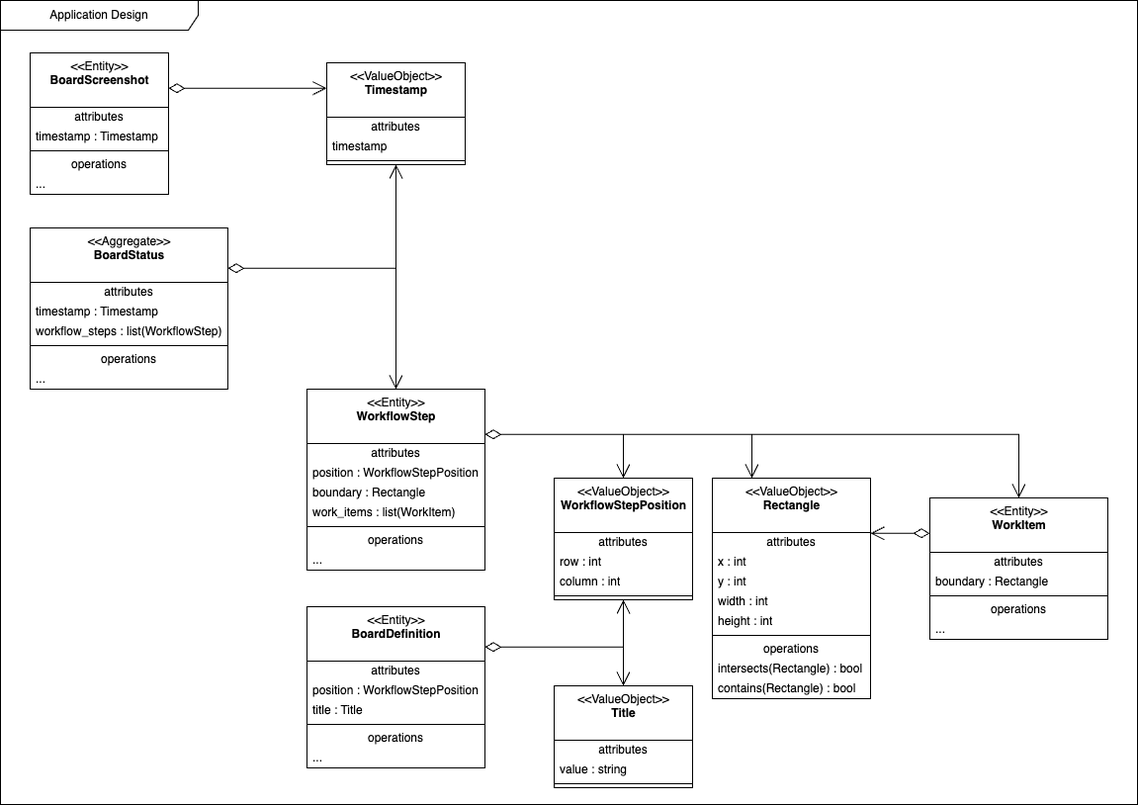
This is docs/05_application_design.drawio.png from wonderbird/kanban_metrics, a draw.io export, as it was before one commit. Source tidied: cells renumbered, new cells last; positions are measured from the earlier drawing's top-left corner, leaving out a move shared by most shapes.
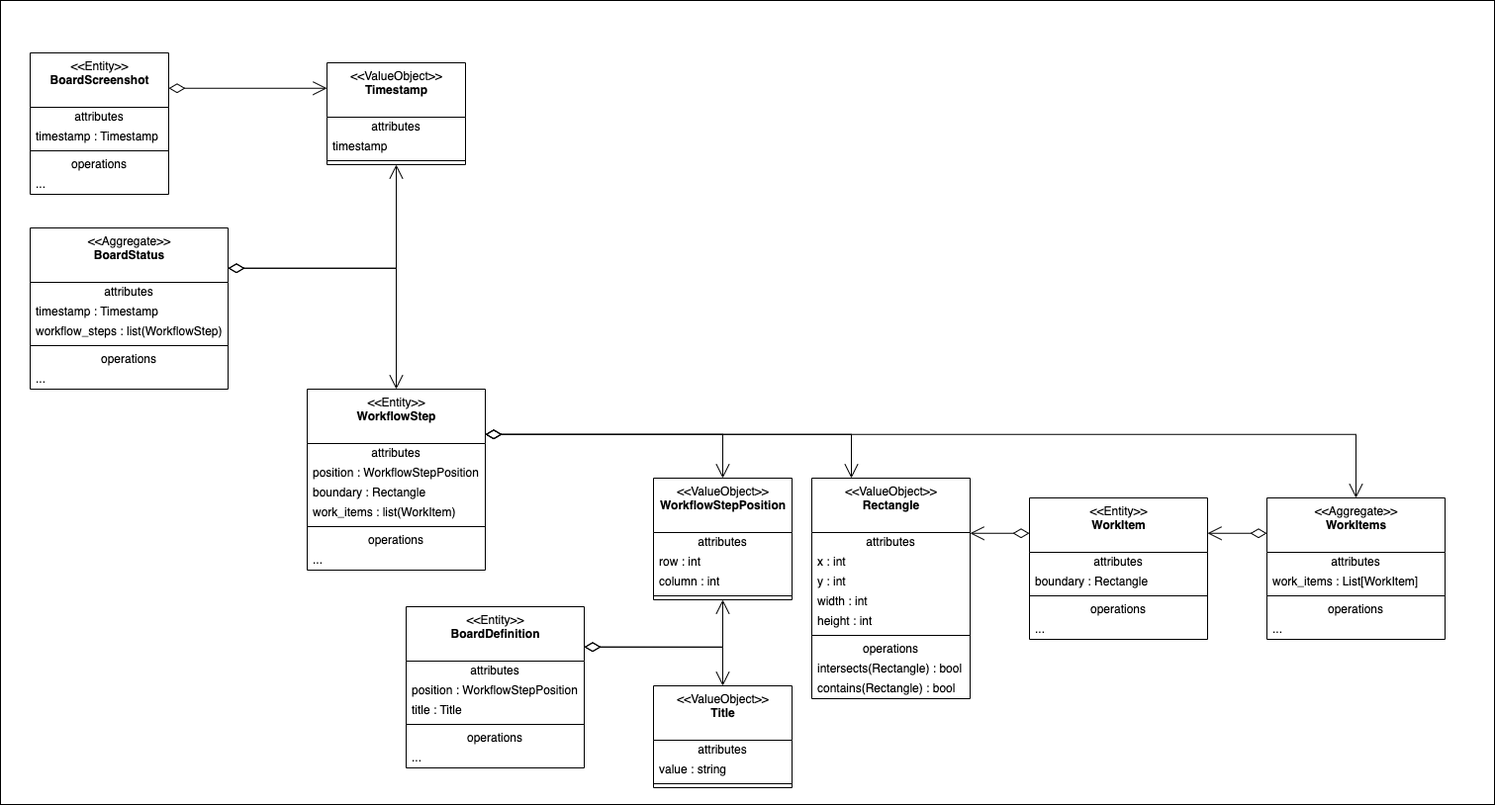
Later version of the same file.

Commit message:
refactor: WorkItems aggregate parses screenshot

The edit, as a diff of the source:
```diff
@@ -2,12 +2,12 @@
   <root>
     <mxCell id="0" />
     <mxCell id="1" parent="0" />
+    <mxCell id="3" value="Application Design" style="shape=umlFrame;whiteSpace=wrap;html=1;width=200;height=30;" parent="1" vertex="1">
+      <mxGeometry width="1510" height="813" as="geometry" />
+    </mxCell>
     <mxCell id="2" style="rounded=0;whiteSpace=wrap;html=1;" parent="1" vertex="1">
-      <mxGeometry width="1150" height="813" as="geometry" />
+      <mxGeometry width="1510" height="813" as="geometry" />
     </mxCell>
-    <mxCell id="3" value="Application Design" style="shape=umlFrame;whiteSpace=wrap;html=1;width=200;height=30;" parent="1" vertex="1">
-      <mxGeometry width="1150" height="813" as="geometry" />
-    </mxCell>
     <mxCell id="4" value="&amp;lt;&amp;lt;Entity&amp;gt;&amp;gt;&lt;br&gt;&lt;b&gt;BoardScreenshot&lt;/b&gt;" style="swimlane;fontStyle=0;align=center;verticalAlign=top;horizontal=1;startSize=55;html=1;" parent="1" vertex="1">
       <mxGeometry x="30" y="53" width="140" height="143" as="geometry" />
     </mxCell>
@@ -51,7 +51,7 @@
       <mxGeometry y="163" width="180" height="20" as="geometry" />
     </mxCell>
     <mxCell id="18" value="&amp;lt;&amp;lt;ValueObject&amp;gt;&amp;gt;&lt;br&gt;&lt;b&gt;WorkflowStepPosition&lt;/b&gt;" style="swimlane;fontStyle=0;align=center;verticalAlign=top;horizontal=1;startSize=55;html=1;" parent="1" vertex="1">
-      <mxGeometry x="560" y="483" width="140" height="123" as="geometry" />
+      <mxGeometry x="660" y="483" width="140" height="123" as="geometry" />
     </mxCell>
     <mxCell id="19" value="attributes" style="text;html=1;strokeColor=none;fillColor=none;align=center;verticalAlign=middle;spacingLeft=4;spacingRight=4;overflow=hidden;" parent="18" vertex="1">
       <mxGeometry y="55" width="140" height="20" as="geometry" />
@@ -66,7 +66,7 @@
       <mxGeometry y="115" width="140" height="8" as="geometry" />
     </mxCell>
     <mxCell id="23" value="&amp;lt;&amp;lt;ValueObject&amp;gt;&amp;gt;&lt;br&gt;&lt;b&gt;Rectangle&lt;/b&gt;" style="swimlane;fontStyle=0;align=center;verticalAlign=top;horizontal=1;startSize=55;html=1;" parent="1" vertex="1">
-      <mxGeometry x="720" y="483" width="160" height="223" as="geometry" />
+      <mxGeometry x="820" y="483" width="160" height="223" as="geometry" />
     </mxCell>
     <mxCell id="24" value="attributes" style="text;html=1;strokeColor=none;fillColor=none;align=center;verticalAlign=middle;spacingLeft=4;spacingRight=4;overflow=hidden;" parent="23" vertex="1">
       <mxGeometry y="55" width="160" height="20" as="geometry" />
@@ -102,7 +102,7 @@
       <mxGeometry x="-1" y="3" relative="1" as="geometry" />
     </mxCell>
     <mxCell id="35" value="&amp;lt;&amp;lt;Entity&amp;gt;&amp;gt;&lt;br&gt;&lt;b&gt;BoardDefinition&lt;/b&gt;" style="swimlane;fontStyle=0;align=center;verticalAlign=top;horizontal=1;startSize=55;html=1;" parent="1" vertex="1">
-      <mxGeometry x="310" y="613" width="180" height="163" as="geometry" />
+      <mxGeometry x="410" y="613" width="180" height="163" as="geometry" />
     </mxCell>
     <mxCell id="36" value="attributes" style="text;html=1;strokeColor=none;fillColor=none;align=center;verticalAlign=middle;spacingLeft=4;spacingRight=4;overflow=hidden;" parent="35" vertex="1">
       <mxGeometry y="55" width="180" height="20" as="geometry" />
@@ -123,7 +123,7 @@
       <mxGeometry y="143" width="180" height="20" as="geometry" />
     </mxCell>
     <mxCell id="42" value="&amp;lt;&amp;lt;ValueObject&amp;gt;&amp;gt;&lt;br&gt;&lt;b&gt;Title&lt;/b&gt;" style="swimlane;fontStyle=0;align=center;verticalAlign=top;horizontal=1;startSize=55;html=1;" parent="1" vertex="1">
-      <mxGeometry x="560" y="693" width="140" height="103" as="geometry" />
+      <mxGeometry x="660" y="693" width="140" height="103" as="geometry" />
     </mxCell>
     <mxCell id="43" value="attributes" style="text;html=1;strokeColor=none;fillColor=none;align=center;verticalAlign=middle;spacingLeft=4;spacingRight=4;overflow=hidden;" parent="42" vertex="1">
       <mxGeometry y="55" width="140" height="20" as="geometry" />
@@ -162,7 +162,7 @@
       <mxGeometry y="143" width="200" height="20" as="geometry" />
     </mxCell>
     <mxCell id="55" value="&amp;lt;&amp;lt;Entity&amp;gt;&amp;gt;&lt;br&gt;&lt;b&gt;WorkItem&lt;/b&gt;" style="swimlane;fontStyle=0;align=center;verticalAlign=top;horizontal=1;startSize=55;html=1;" parent="1" vertex="1">
-      <mxGeometry x="940" y="503" width="180" height="143" as="geometry" />
+      <mxGeometry x="1040" y="503" width="180" height="143" as="geometry" />
     </mxCell>
     <mxCell id="56" value="attributes" style="text;html=1;strokeColor=none;fillColor=none;align=center;verticalAlign=middle;spacingLeft=4;spacingRight=4;overflow=hidden;" parent="55" vertex="1">
       <mxGeometry y="55" width="180" height="20" as="geometry" />
@@ -182,7 +182,7 @@
     <mxCell id="61" style="endArrow=open;html=1;endSize=12;startArrow=diamondThin;startSize=14;startFill=0;edgeStyle=orthogonalEdgeStyle;align=left;verticalAlign=bottom;rounded=0;exitX=0;exitY=0.25;exitDx=0;exitDy=0;entryX=1;entryY=0.25;entryDx=0;entryDy=0;" parent="1" edge="1" source="55" target="23">
       <mxGeometry x="-1" y="3" relative="1" as="geometry" />
     </mxCell>
-    <mxCell id="62" style="endArrow=open;html=1;endSize=12;startArrow=diamondThin;startSize=14;startFill=0;edgeStyle=orthogonalEdgeStyle;align=left;verticalAlign=bottom;rounded=0;exitX=1;exitY=0.25;exitDx=0;exitDy=0;entryX=0.5;entryY=0;entryDx=0;entryDy=0;" parent="1" edge="1" source="10" target="55">
+    <mxCell id="62" style="endArrow=open;html=1;endSize=12;startArrow=diamondThin;startSize=14;startFill=0;edgeStyle=orthogonalEdgeStyle;align=left;verticalAlign=bottom;rounded=0;entryX=1;entryY=0.25;entryDx=0;entryDy=0;exitX=0;exitY=0.25;exitDx=0;exitDy=0;" parent="1" edge="1" source="70" target="55">
       <mxGeometry x="-1" y="3" relative="1" as="geometry" />
     </mxCell>
     <mxCell id="63" style="endArrow=open;html=1;endSize=12;startArrow=diamondThin;startSize=14;startFill=0;edgeStyle=orthogonalEdgeStyle;align=left;verticalAlign=bottom;rounded=0;exitX=1;exitY=0.25;exitDx=0;exitDy=0;entryX=0.5;entryY=0;entryDx=0;entryDy=0;" parent="1" edge="1" source="48" target="10">
@@ -206,5 +206,26 @@
     <mxCell id="69" style="endArrow=open;html=1;endSize=12;startArrow=diamondThin;startSize=14;startFill=0;edgeStyle=orthogonalEdgeStyle;align=left;verticalAlign=bottom;rounded=0;exitX=1;exitY=0.25;exitDx=0;exitDy=0;entryX=0.5;entryY=1;entryDx=0;entryDy=0;" parent="1" edge="1" source="48" target="64">
       <mxGeometry x="-1" y="3" relative="1" as="geometry" />
     </mxCell>
+    <mxCell id="70" value="&amp;lt;&amp;lt;Aggregate&amp;gt;&amp;gt;&lt;br&gt;&lt;b&gt;WorkItems&lt;/b&gt;" style="swimlane;fontStyle=0;align=center;verticalAlign=top;horizontal=1;startSize=55;html=1;" parent="1" vertex="1">
+      <mxGeometry x="1280" y="503" width="180" height="143" as="geometry" />
+    </mxCell>
+    <mxCell id="71" value="attributes" style="text;html=1;strokeColor=none;fillColor=none;align=center;verticalAlign=middle;spacingLeft=4;spacingRight=4;overflow=hidden;" parent="70" vertex="1">
+      <mxGeometry y="55" width="180" height="20" as="geometry" />
+    </mxCell>
+    <mxCell id="72" value="work_items : List[WorkItem]" style="text;html=1;strokeColor=none;fillColor=none;align=left;verticalAlign=middle;spacingLeft=4;spacingRight=4;overflow=hidden;" parent="70" vertex="1">
+      <mxGeometry y="75" width="180" height="20" as="geometry" />
+    </mxCell>
+    <mxCell id="73" style="line;strokeWidth=1;fillColor=none;align=left;verticalAlign=middle;spacingTop=-1;spacingLeft=3;spacingRight=3;labelPosition=right;" parent="70" vertex="1">
+      <mxGeometry y="95" width="180" height="8" as="geometry" />
+    </mxCell>
+    <mxCell id="74" value="operations" style="text;html=1;strokeColor=none;fillColor=none;align=center;verticalAlign=middle;spacingLeft=4;spacingRight=4;overflow=hidden;" parent="70" vertex="1">
+      <mxGeometry y="103" width="180" height="20" as="geometry" />
+    </mxCell>
+    <mxCell id="75" value="..." style="text;html=1;strokeColor=none;fillColor=none;align=left;verticalAlign=middle;spacingLeft=4;spacingRight=4;overflow=hidden;" parent="70" vertex="1">
+      <mxGeometry y="123" width="180" height="20" as="geometry" />
+    </mxCell>
+    <mxCell id="76" style="endArrow=open;html=1;endSize=12;startArrow=diamondThin;startSize=14;startFill=0;edgeStyle=orthogonalEdgeStyle;align=left;verticalAlign=bottom;rounded=0;exitX=1;exitY=0.25;exitDx=0;exitDy=0;entryX=0.5;entryY=0;entryDx=0;entryDy=0;" parent="1" edge="1" source="10" target="70">
+      <mxGeometry x="-1" y="3" relative="1" as="geometry" />
+    </mxCell>
   </root>
 </mxGraphModel>
```
